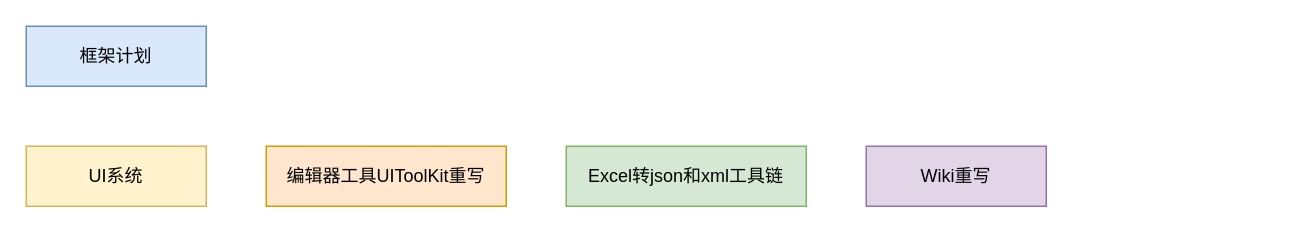
Above: page "框架计划" (1 of 5) of 框架设计流程图.drawio in Josh-Jun/UnityAppFramework (draw.io), before the change. Source tidied: cells renumbered, new cells numbered last; positions are measured from the earlier drawing's top-left corner, leaving out a move shared by most shapes. Both pictures are drawn from the tidied source at 150%, with x=0, y=0 at pixel (26, 26).
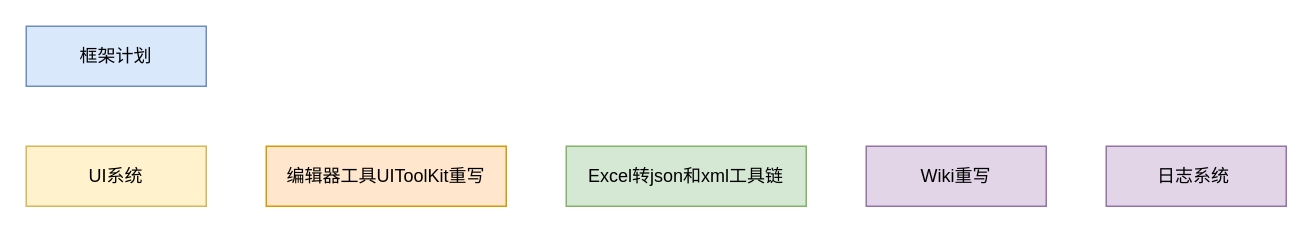
The same page after the edit.

The edit, as a diff of the source:
```diff
@@
 <mxGraphModel>
   <root>
     <mxCell id="0" />
     <mxCell id="1" parent="0" />
     <mxCell id="2" value="框架计划" style="rounded=0;whiteSpace=wrap;html=1;fillColor=#dae8fc;strokeColor=#6c8ebf;" parent="1" vertex="1">
       <mxGeometry width="120" height="40" as="geometry" />
     </mxCell>
     <mxCell id="3" value="UI系统" style="rounded=0;whiteSpace=wrap;html=1;fillColor=#fff2cc;strokeColor=#d6b656;" parent="1" vertex="1">
       <mxGeometry y="80" width="120" height="40" as="geometry" />
     </mxCell>
     <mxCell id="4" value="编辑器工具UIToolKit重写" style="rounded=0;whiteSpace=wrap;html=1;fillColor=#ffe6cc;strokeColor=#d79b00;" parent="1" vertex="1">
       <mxGeometry x="160" y="80" width="160" height="40" as="geometry" />
     </mxCell>
     <mxCell id="5" value="Excel转json和xml工具链" style="rounded=0;whiteSpace=wrap;html=1;fillColor=#d5e8d4;strokeColor=#82b366;" parent="1" vertex="1">
       <mxGeometry x="360" y="80" width="160" height="40" as="geometry" />
     </mxCell>
     <mxCell id="6" value="Wiki重写" style="rounded=0;whiteSpace=wrap;html=1;fillColor=#e1d5e7;strokeColor=#9673a6;" parent="1" vertex="1">
       <mxGeometry x="560" y="80" width="120" height="40" as="geometry" />
     </mxCell>
+    <mxCell id="7" value="日志系统&amp;nbsp;" style="rounded=0;whiteSpace=wrap;html=1;fillColor=#e1d5e7;strokeColor=#9673a6;" parent="1" vertex="1">
+      <mxGeometry x="720" y="80" width="120" height="40" as="geometry" />
+    </mxCell>
   </root>
 </mxGraphModel>
```
